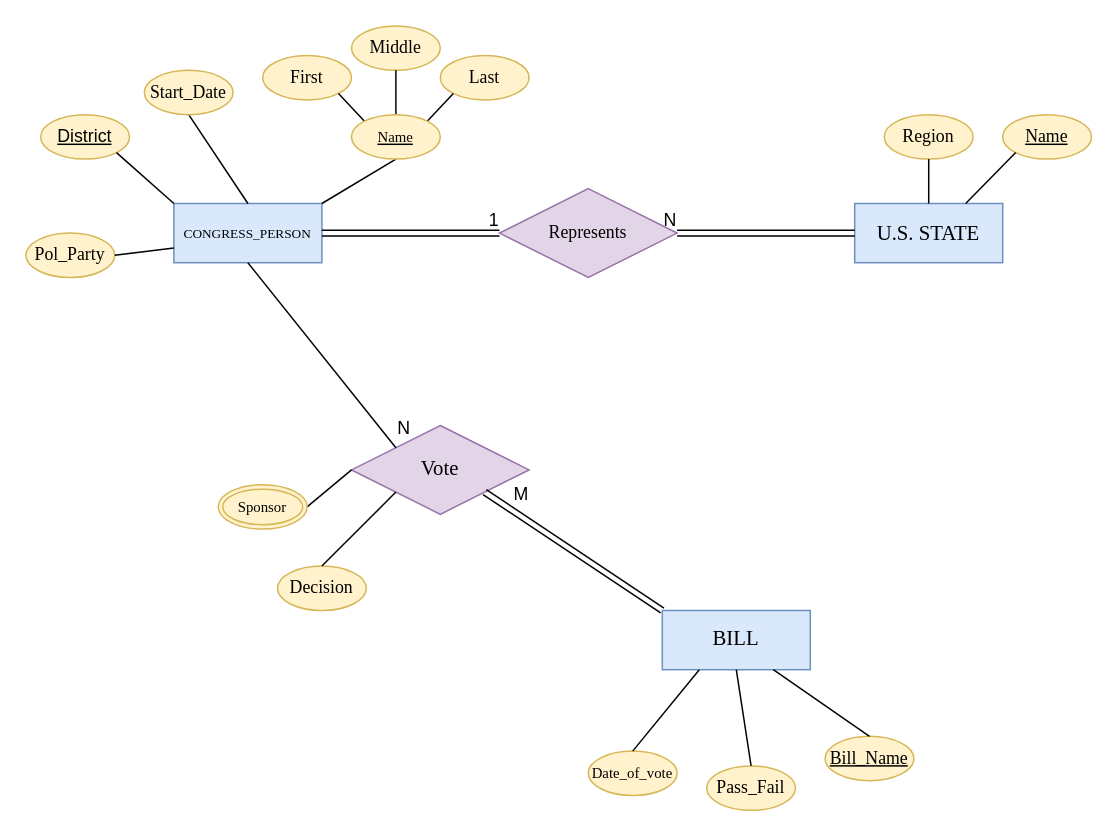
This is US_HouseofReps_ER.drawio from cameron-ellis/US-HouseofReps-ER, a draw.io file, before an edit. Source tidied: cells renumbered, new cells numbered last; positions are measured from the earlier drawing's top-left corner, leaving out a move shared by most shapes. Both pictures are drawn from the tidied source at 148%, with x=0, y=0 at pixel (25, 25).
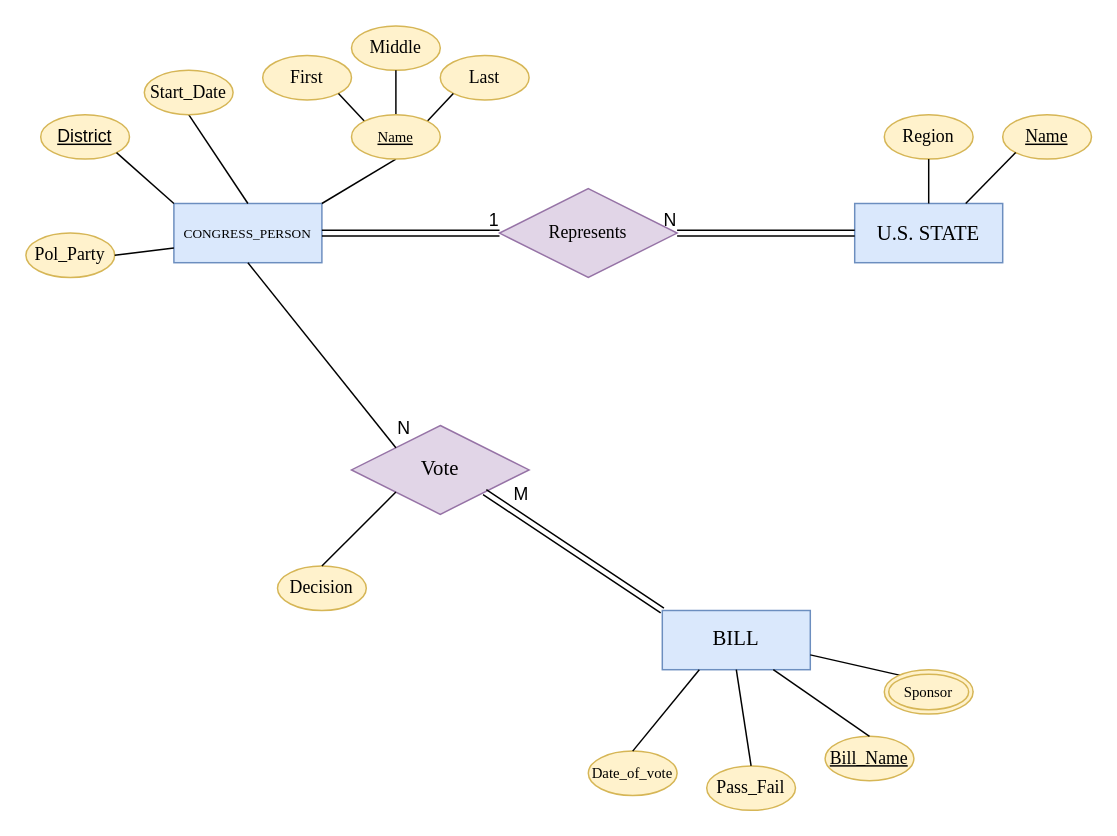
After the change.

Commit message:
shifted Sponsor attribute from Vote to BILL entity

Unchanged cells that the change refers to:
```xml
<mxCell id="26" value="BILL" style="whiteSpace=wrap;html=1;align=center;fontFamily=Times New Roman;fontSize=14;fillColor=#dae8fc;strokeColor=#6c8ebf;" parent="1" vertex="1">
  <mxGeometry x="430" y="395" width="100" height="40" as="geometry" />
</mxCell>
<mxCell id="30" value="&lt;font style=&quot;font-size: 14px&quot;&gt;Vote&lt;/font&gt;" style="shape=rhombus;perimeter=rhombusPerimeter;whiteSpace=wrap;html=1;align=center;fontFamily=Times New Roman;fontSize=10;fillColor=#e1d5e7;strokeColor=#9673a6;" parent="1" vertex="1">
  <mxGeometry x="220" y="270" width="120" height="60" as="geometry" />
</mxCell>
```

Diff of the diagram source:
```diff
@@
-    <mxCell id="33" style="endArrow=none;html=1;rounded=0;fontFamily=Times New Roman;fontSize=10;entryX=0;entryY=0.5;entryDx=0;entryDy=0;exitX=1;exitY=0.5;exitDx=0;exitDy=0;" parent="1" edge="1" source="41" target="30">
+    <mxCell id="33" style="endArrow=none;html=1;rounded=0;fontFamily=Times New Roman;fontSize=10;entryX=1;entryY=0.75;entryDx=0;entryDy=0;exitX=1;exitY=0.5;exitDx=0;exitDy=0;" parent="1" edge="1" source="41" target="26">
       <mxGeometry relative="1" as="geometry" />
     </mxCell>
@@
     <mxCell id="41" value="Sponsor" style="ellipse;shape=doubleEllipse;margin=3;whiteSpace=wrap;html=1;align=center;fontFamily=Times New Roman;fontSize=10;fillColor=#fff2cc;strokeColor=#d6b656;" parent="1" vertex="1">
-      <mxGeometry x="130" y="310" width="60" height="30" as="geometry" />
+      <mxGeometry x="580" y="435" width="60" height="30" as="geometry" />
     </mxCell>
```
